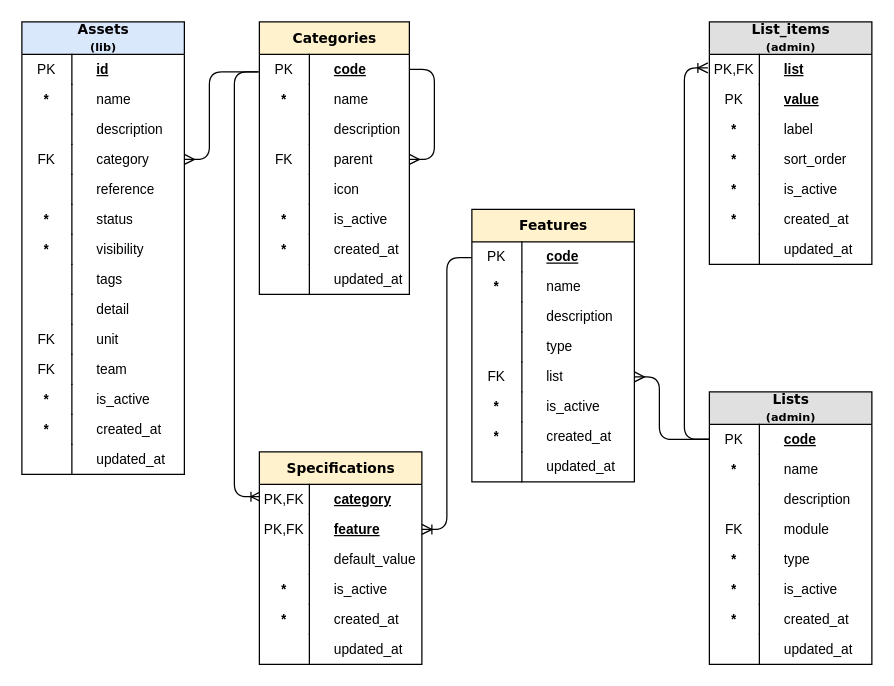
This is page "taxo" (3 of 7) of docs/models.drawio from abc-flex/synapxia, a draw.io file, before an edit. Source tidied: cells renumbered, new cells numbered last; positions are measured from the earlier drawing's top-left corner, leaving out a move shared by most shapes. Both pictures are drawn from the tidied source at 125%, with x=0, y=0 at pixel (21, 21).
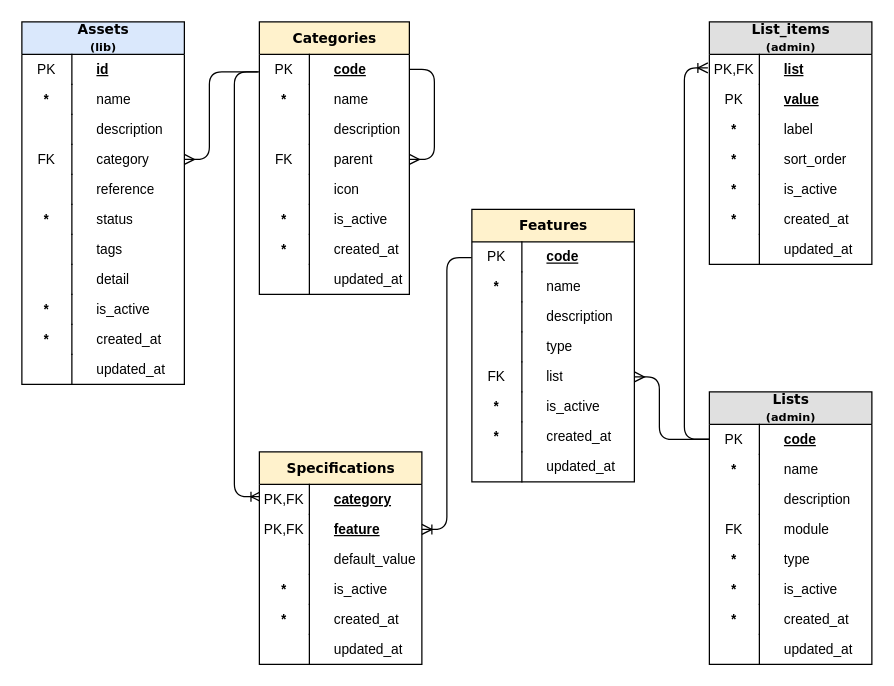
The same page after the edit.

What changed in the source:
```diff
@@
     <mxCell id="20" value="&lt;font&gt;Assets&lt;/font&gt;&lt;div&gt;&lt;font style=&quot;font-size: 9px;&quot;&gt;(lib)&lt;/font&gt;&lt;/div&gt;" style="swimlane;html=1;fontStyle=1;horizontal=1;startSize=26;fillColor=#DAE8FC;swimlaneFillColor=#ffffff;align=center;rounded=0;shadow=0;comic=0;labelBackgroundColor=none;strokeWidth=1;fontFamily=Verdana;fontSize=11;spacing=0;" parent="1" vertex="1">
-      <mxGeometry width="130" height="362" as="geometry" />
+      <mxGeometry width="130" height="290" as="geometry" />
     </mxCell>
@@
-    <mxCell id="33" value="visibility" style="shape=partialRectangle;top=0;left=0;right=0;bottom=0;html=1;align=left;verticalAlign=middle;fillColor=none;spacingLeft=60;spacingRight=4;whiteSpace=wrap;overflow=hidden;fontStyle=0;fontSize=11;spacing=0;" parent="20" vertex="1">
-      <mxGeometry y="170" width="130" height="24" as="geometry" />
-    </mxCell>
-    <mxCell id="34" value="&lt;b&gt;*&lt;/b&gt;" style="shape=partialRectangle;fontStyle=0;top=0;left=0;bottom=0;html=1;fillColor=none;align=center;verticalAlign=middle;spacingLeft=4;spacingRight=4;whiteSpace=wrap;overflow=hidden;fontSize=11;spacing=0;" parent="33" vertex="1">
-      <mxGeometry width="40" height="24" as="geometry" />
-    </mxCell>
     <mxCell id="35" value="tags" style="shape=partialRectangle;top=0;left=0;right=0;bottom=0;html=1;align=left;verticalAlign=middle;fillColor=none;spacingLeft=60;spacingRight=4;whiteSpace=wrap;overflow=hidden;fontStyle=0;fontSize=11;spacing=0;" parent="20" vertex="1">
-      <mxGeometry y="194" width="130" height="24" as="geometry" />
+      <mxGeometry y="170" width="130" height="24" as="geometry" />
     </mxCell>
@@
     <mxCell id="37" value="detail" style="shape=partialRectangle;top=0;left=0;right=0;bottom=0;html=1;align=left;verticalAlign=middle;fillColor=none;spacingLeft=60;spacingRight=4;whiteSpace=wrap;overflow=hidden;fontStyle=0;fontSize=11;spacing=0;" parent="20" vertex="1">
-      <mxGeometry y="218" width="130" height="24" as="geometry" />
+      <mxGeometry y="194" width="130" height="24" as="geometry" />
     </mxCell>
@@
-    <mxCell id="39" value="unit" style="shape=partialRectangle;top=0;left=0;right=0;bottom=0;html=1;align=left;verticalAlign=middle;fillColor=none;spacingLeft=60;spacingRight=4;whiteSpace=wrap;overflow=hidden;fontStyle=0;fontSize=11;spacing=0;" parent="20" vertex="1">
-      <mxGeometry y="242" width="130" height="24" as="geometry" />
-    </mxCell>
-    <mxCell id="40" value="FK" style="shape=partialRectangle;fontStyle=0;top=0;left=0;bottom=0;html=1;fillColor=none;align=center;verticalAlign=middle;spacingLeft=4;spacingRight=4;whiteSpace=wrap;overflow=hidden;fontSize=11;spacing=0;" parent="39" vertex="1">
-      <mxGeometry width="40" height="24" as="geometry" />
-    </mxCell>
-    <mxCell id="41" value="team" style="shape=partialRectangle;top=0;left=0;right=0;bottom=0;html=1;align=left;verticalAlign=middle;fillColor=none;spacingLeft=60;spacingRight=4;whiteSpace=wrap;overflow=hidden;fontStyle=0;fontSize=11;spacing=0;" parent="20" vertex="1">
-      <mxGeometry y="266" width="130" height="24" as="geometry" />
-    </mxCell>
-    <mxCell id="42" value="FK" style="shape=partialRectangle;fontStyle=0;top=0;left=0;bottom=0;html=1;fillColor=none;align=center;verticalAlign=middle;spacingLeft=4;spacingRight=4;whiteSpace=wrap;overflow=hidden;fontSize=11;spacing=0;" parent="41" vertex="1">
-      <mxGeometry width="40" height="24" as="geometry" />
-    </mxCell>
     <mxCell id="43" value="is_active" style="shape=partialRectangle;top=0;left=0;right=0;bottom=0;html=1;align=left;verticalAlign=middle;fillColor=none;spacingLeft=60;spacingRight=4;whiteSpace=wrap;overflow=hidden;fontStyle=0;fontSize=11;spacing=0;" parent="20" vertex="1">
-      <mxGeometry y="290" width="130" height="24" as="geometry" />
+      <mxGeometry y="218" width="130" height="24" as="geometry" />
     </mxCell>
@@
     <mxCell id="45" value="created_at" style="shape=partialRectangle;top=0;left=0;right=0;bottom=0;html=1;align=left;verticalAlign=middle;fillColor=none;spacingLeft=60;spacingRight=4;whiteSpace=wrap;overflow=hidden;fontStyle=0;fontSize=11;spacing=0;" parent="20" vertex="1">
-      <mxGeometry y="314" width="130" height="24" as="geometry" />
+      <mxGeometry y="242" width="130" height="24" as="geometry" />
     </mxCell>
@@
     <mxCell id="47" value="updated_at" style="shape=partialRectangle;top=0;left=0;right=0;bottom=0;html=1;align=left;verticalAlign=middle;fillColor=none;spacingLeft=60;spacingRight=4;whiteSpace=wrap;overflow=hidden;fontStyle=0;fontSize=11;spacing=0;" parent="20" vertex="1">
-      <mxGeometry y="338" width="130" height="24" as="geometry" />
+      <mxGeometry y="266" width="130" height="24" as="geometry" />
     </mxCell>
```
